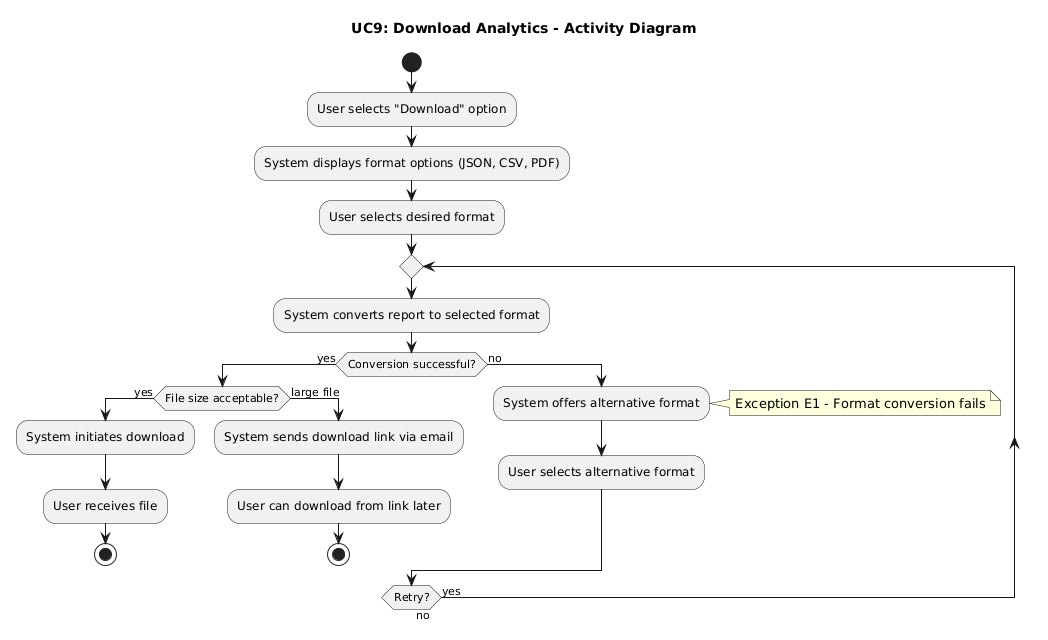
ManosMorf97/Weather-Forecasts-AI-Remastered keeps this PlantUML diagram as requirements/activity_diagrams/UC9_Download_Analytics.png. Above is the earlier version.
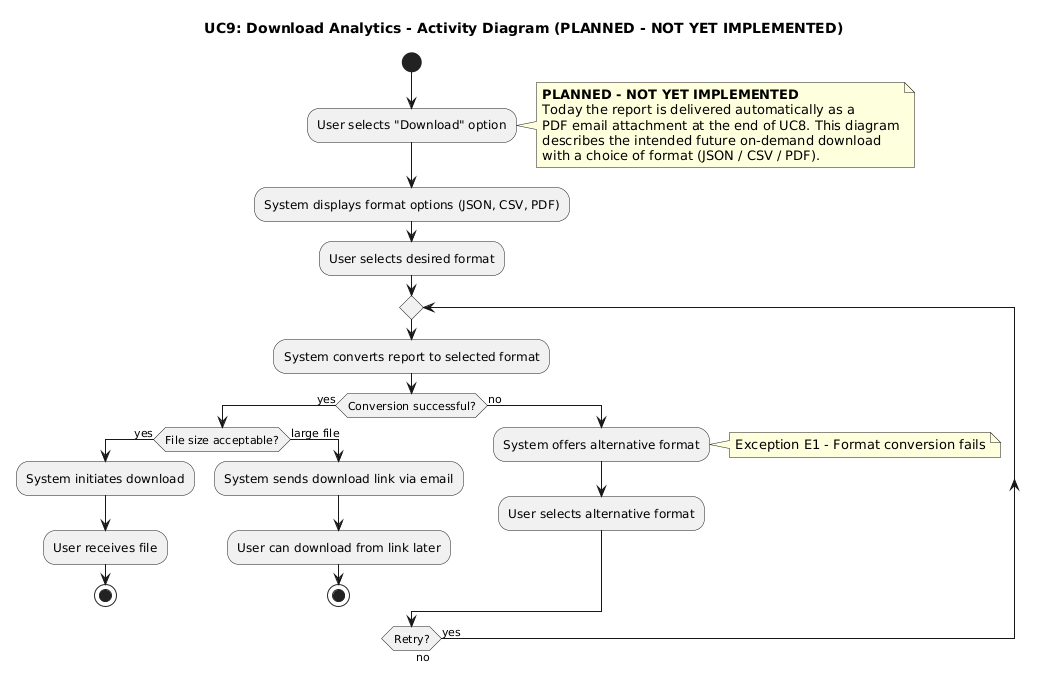
Later version of the same file.

The edit, as a diff of the source:
```diff
@@ -1,8 +1,15 @@
 @startuml
-title UC9: Download Analytics - Activity Diagram
+title UC9: Download Analytics - Activity Diagram (PLANNED - NOT YET IMPLEMENTED)
 
 start
 :User selects "Download" option;
+note right
+  **PLANNED - NOT YET IMPLEMENTED**
+  Today the report is delivered automatically as a
+  PDF email attachment at the end of UC8. This diagram
+  describes the intended future on-demand download
+  with a choice of format (JSON / CSV / PDF).
+end note
 :System displays format options (JSON, CSV, PDF);
 :User selects desired format;
 
```
